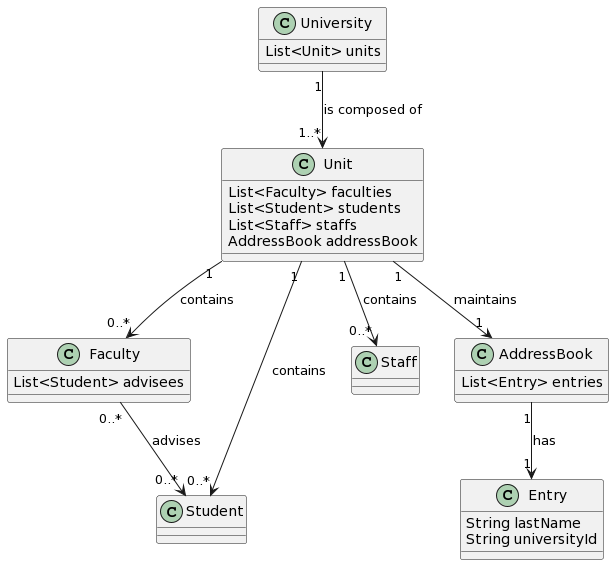
Earlier version of the PlantUML export hw2/1c.png (wannaflyhigh/Object-Oriented-Programming). Its diagram source:
```plantuml
@startuml
class University {
    List<Unit> units
}

class Unit {
    List<Faculty> faculties
    List<Student> students
    List<Staff> staffs
    AddressBook addressBook
}

class Faculty {
    List<Student> advisees
}

class Student

class Staff

class AddressBook {
    List<Entry> entries
}

class Entry {
    String lastName
    String universityId
}

University "1" --> "1..*" Unit : is composed of
Unit "1" --> "0..*" Faculty : contains
Unit "1" --> "0..*" Student : contains
Unit "1" --> "0..*" Staff : contains
Unit "1" --> "1" AddressBook : maintains
AddressBook "1" --> "1" Entry : has
Faculty "0..*" --> "0..*" Student : advises
@enduml
```
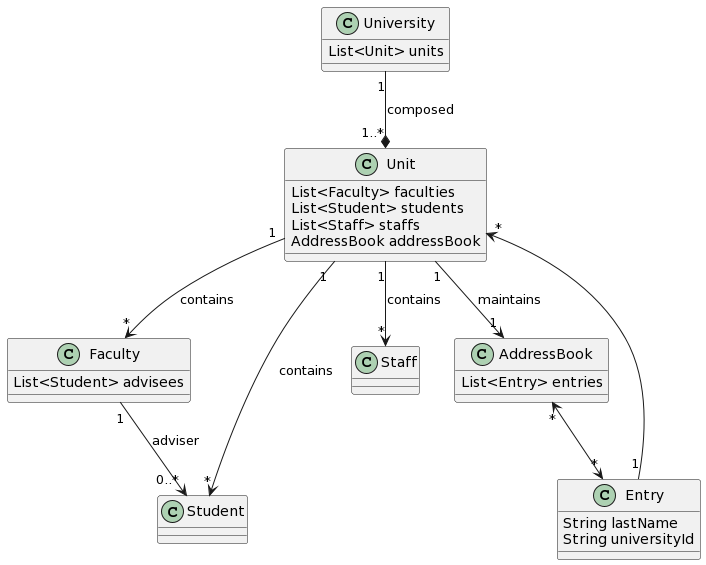
After the change.

Change to the diagram source:
```diff
@@ -27,11 +27,12 @@
     String universityId
 }
 
-University "1" --> "1..*" Unit : is composed of
-Unit "1" --> "0..*" Faculty : contains
-Unit "1" --> "0..*" Student : contains
-Unit "1" --> "0..*" Staff : contains
+University "1" --* "1..*" Unit : composed
+Unit "1" --> "*" Faculty : contains
+Unit "1" --> "*" Student : contains
+Unit "1" --> "*" Staff : contains
 Unit "1" --> "1" AddressBook : maintains
-AddressBook "1" --> "1" Entry : has
-Faculty "0..*" --> "0..*" Student : advises
+AddressBook "*" <--> "*" Entry
+Entry "1" --> "*" Unit
+Faculty "1" --> "0..*" Student : adviser
 @enduml
```
